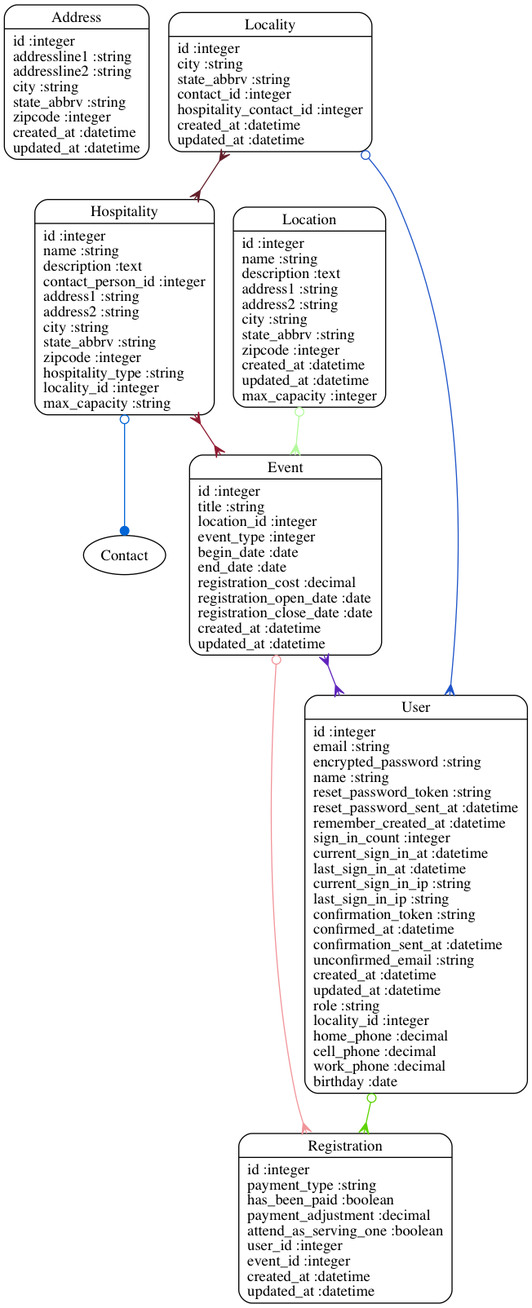
Before: models.png, a diagram exported from Graphviz (hdfelix/ypreg). Its source is kept beside it as models.dot.
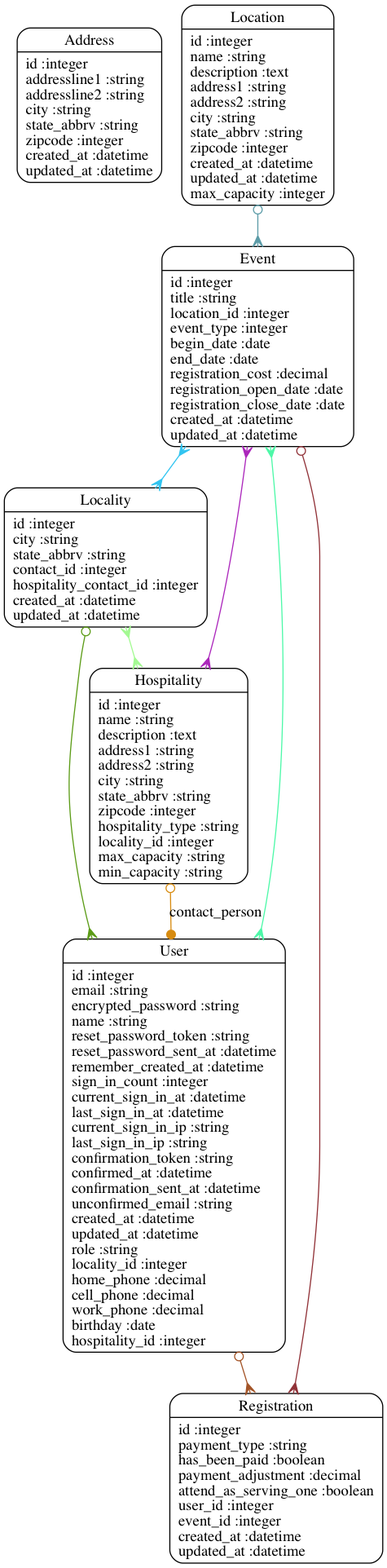
Above is the later version.

Change to the diagram source:
```diff
@@ -2,17 +2,18 @@
 	graph[overlap=false, splines=true]
 	"Address" [shape=Mrecord, label="{Address|id :integer\laddressline1 :string\laddressline2 :string\lcity :string\lstate_abbrv :string\lzipcode :integer\lcreated_at :datetime\lupdated_at :datetime\l}"]
 	"Event" [shape=Mrecord, label="{Event|id :integer\ltitle :string\llocation_id :integer\levent_type :integer\lbegin_date :date\lend_date :date\lregistration_cost :decimal\lregistration_open_date :date\lregistration_close_date :date\lcreated_at :datetime\lupdated_at :datetime\l}"]
-	"Hospitality" [shape=Mrecord, label="{Hospitality|id :integer\lname :string\ldescription :text\lcontact_person_id :integer\laddress1 :string\laddress2 :string\lcity :string\lstate_abbrv :string\lzipcode :integer\lhospitality_type :string\llocality_id :integer\lmax_capacity :string\l}"]
+	"Hospitality" [shape=Mrecord, label="{Hospitality|id :integer\lname :string\ldescription :text\laddress1 :string\laddress2 :string\lcity :string\lstate_abbrv :string\lzipcode :integer\lhospitality_type :string\llocality_id :integer\lmax_capacity :string\lmin_capacity :string\l}"]
 	"Locality" [shape=Mrecord, label="{Locality|id :integer\lcity :string\lstate_abbrv :string\lcontact_id :integer\lhospitality_contact_id :integer\lcreated_at :datetime\lupdated_at :datetime\l}"]
 	"Location" [shape=Mrecord, label="{Location|id :integer\lname :string\ldescription :text\laddress1 :string\laddress2 :string\lcity :string\lstate_abbrv :string\lzipcode :integer\lcreated_at :datetime\lupdated_at :datetime\lmax_capacity :integer\l}"]
 	"Registration" [shape=Mrecord, label="{Registration|id :integer\lpayment_type :string\lhas_been_paid :boolean\lpayment_adjustment :decimal\lattend_as_serving_one :boolean\luser_id :integer\levent_id :integer\lcreated_at :datetime\lupdated_at :datetime\l}"]
-	"User" [shape=Mrecord, label="{User|id :integer\lemail :string\lencrypted_password :string\lname :string\lreset_password_token :string\lreset_password_sent_at :datetime\lremember_created_at :datetime\lsign_in_count :integer\lcurrent_sign_in_at :datetime\llast_sign_in_at :datetime\lcurrent_sign_in_ip :string\llast_sign_in_ip :string\lconfirmation_token :string\lconfirmed_at :datetime\lconfirmation_sent_at :datetime\lunconfirmed_email :string\lcreated_at :datetime\lupdated_at :datetime\lrole :string\llocality_id :integer\lhome_phone :decimal\lcell_phone :decimal\lwork_phone :decimal\lbirthday :date\l}"]
-	"Event" -> "Registration" [arrowtail=odot, arrowhead=crow, dir=both color="#F0959A"]
-	"Event" -> "User" [arrowtail=crow, arrowhead=crow, dir=both color="#5F24BC"]
-	"Hospitality" -> "Event" [arrowtail=crow, arrowhead=crow, dir=both color="#8F1B31"]
-	"Hospitality" -> "Contact" [arrowtail=odot, arrowhead=dot, dir=both color="#0265D6"]
-	"Locality" -> "User" [arrowtail=odot, arrowhead=crow, dir=both color="#1E54C8"]
-	"Locality" -> "Hospitality" [arrowtail=crow, arrowhead=crow, dir=both color="#631F2A"]
-	"Location" -> "Event" [arrowtail=odot, arrowhead=crow, dir=both color="#B4F99D"]
-	"User" -> "Registration" [arrowtail=odot, arrowhead=crow, dir=both color="#5ED303"]
+	"User" [shape=Mrecord, label="{User|id :integer\lemail :string\lencrypted_password :string\lname :string\lreset_password_token :string\lreset_password_sent_at :datetime\lremember_created_at :datetime\lsign_in_count :integer\lcurrent_sign_in_at :datetime\llast_sign_in_at :datetime\lcurrent_sign_in_ip :string\llast_sign_in_ip :string\lconfirmation_token :string\lconfirmed_at :datetime\lconfirmation_sent_at :datetime\lunconfirmed_email :string\lcreated_at :datetime\lupdated_at :datetime\lrole :string\llocality_id :integer\lhome_phone :decimal\lcell_phone :decimal\lwork_phone :decimal\lbirthday :date\lhospitality_id :integer\l}"]
+	"Event" -> "Registration" [arrowtail=odot, arrowhead=crow, dir=both color="#903137"]
+	"Event" -> "User" [arrowtail=crow, arrowhead=crow, dir=both color="#4DF8A8"]
+	"Event" -> "Locality" [arrowtail=crow, arrowhead=crow, dir=both color="#31C4F0"]
+	"Event" -> "Hospitality" [arrowtail=crow, arrowhead=crow, dir=both color="#AB26BB"]
+	"Hospitality" -> "User" [label="contact_person", arrowtail=odot, arrowhead=dot, dir=both color="#D78B10"]
+	"Locality" -> "User" [arrowtail=odot, arrowhead=crow, dir=both color="#5B9B16"]
+	"Locality" -> "Hospitality" [arrowtail=crow, arrowhead=crow, dir=both color="#A3F992"]
+	"Location" -> "Event" [arrowtail=odot, arrowhead=crow, dir=both color="#5B9BA7"]
+	"User" -> "Registration" [arrowtail=odot, arrowhead=crow, dir=both color="#A35427"]
 }
```
